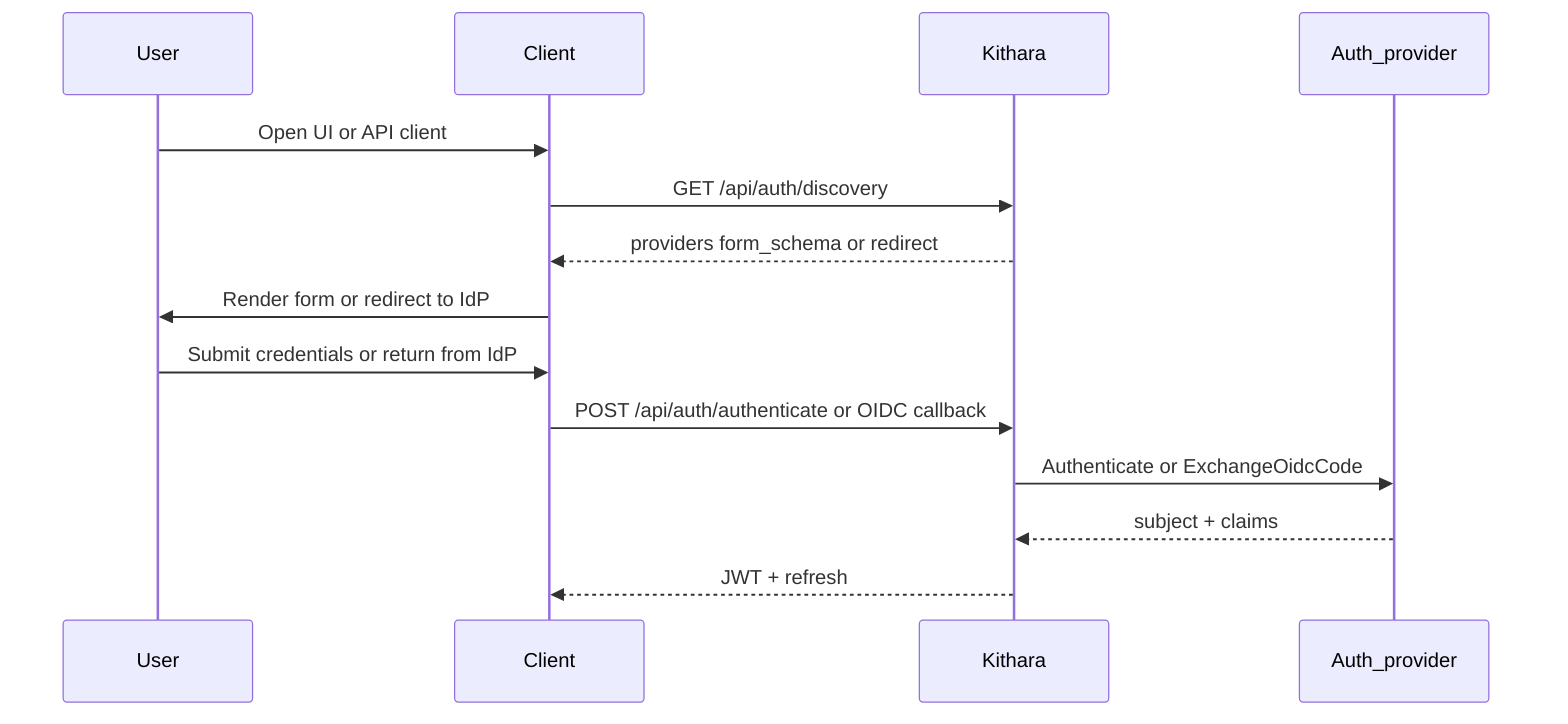
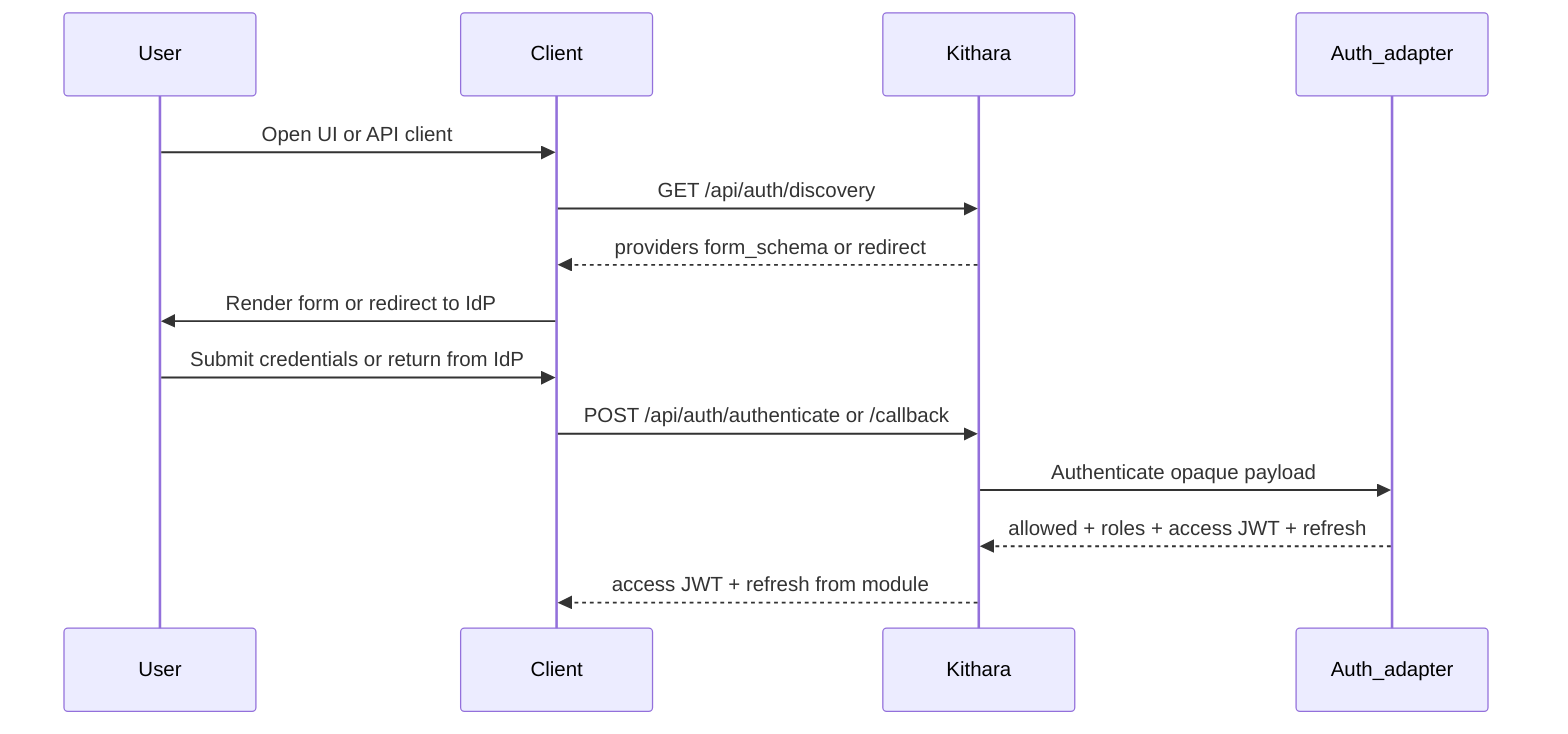
sequenceDiagram
  participant User
  participant Client
  participant Kithara
-   participant Provider as Auth_provider
+   participant Adapter as Auth_adapter

  User->>Client: Open UI or API client
  Client->>Kithara: GET /api/auth/discovery
  Kithara-->>Client: providers form_schema or redirect
  Client->>User: Render form or redirect to IdP
  User->>Client: Submit credentials or return from IdP
-   Client->>Kithara: POST /api/auth/authenticate or OIDC callback
-   Kithara->>Provider: Authenticate or ExchangeOidcCode
-   Provider-->>Kithara: subject + claims
-   Kithara-->>Client: JWT + refresh
+   Client->>Kithara: POST /api/auth/authenticate or /callback
+   Kithara->>Adapter: Authenticate opaque payload
+   Adapter-->>Kithara: allowed + roles + access JWT + refresh
+   Kithara-->>Client: access JWT + refresh from module
